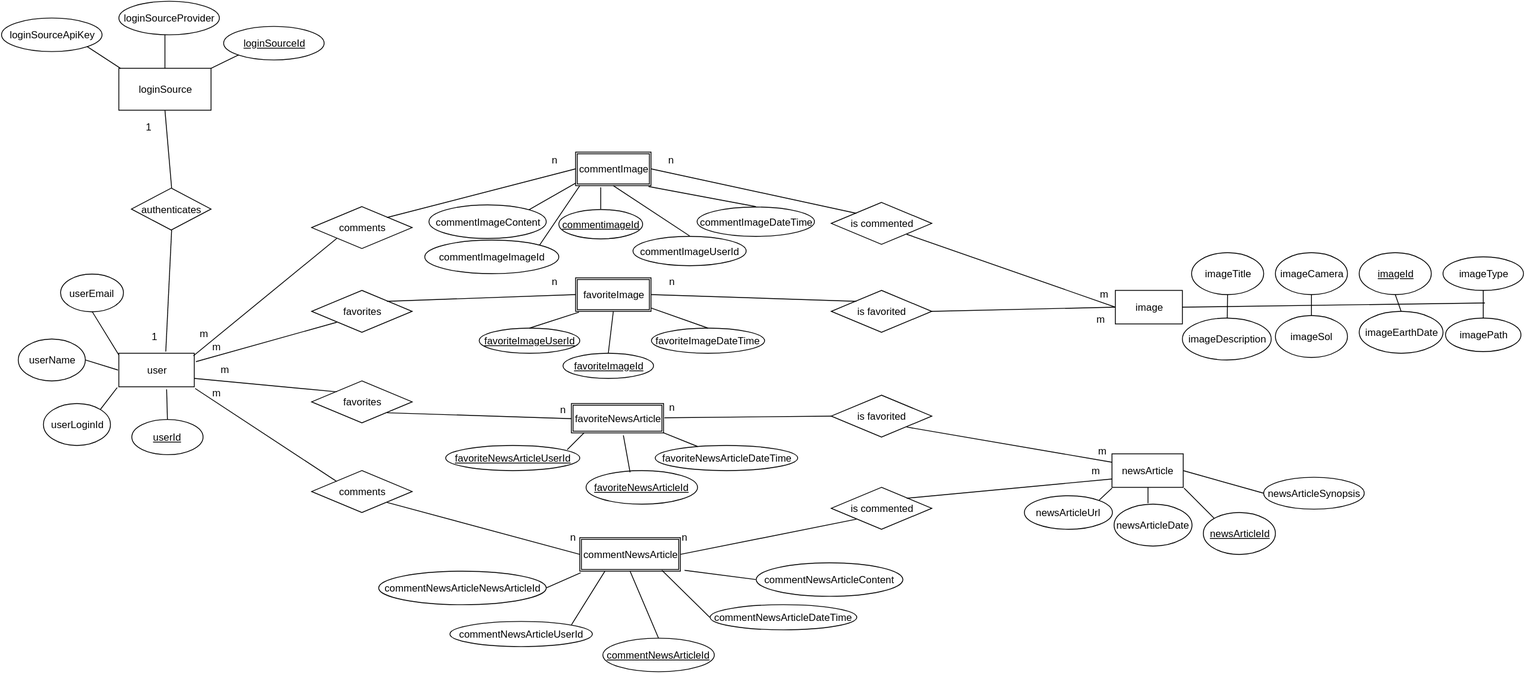
This is epic/media/entity-relationship-diagram.svg from jordanv215/team-curiosity, a draw.io export, as it was before one commit. Source tidied: cells renumbered, new cells last; positions are measured from the earlier drawing's top-left corner, leaving out a move shared by most shapes.
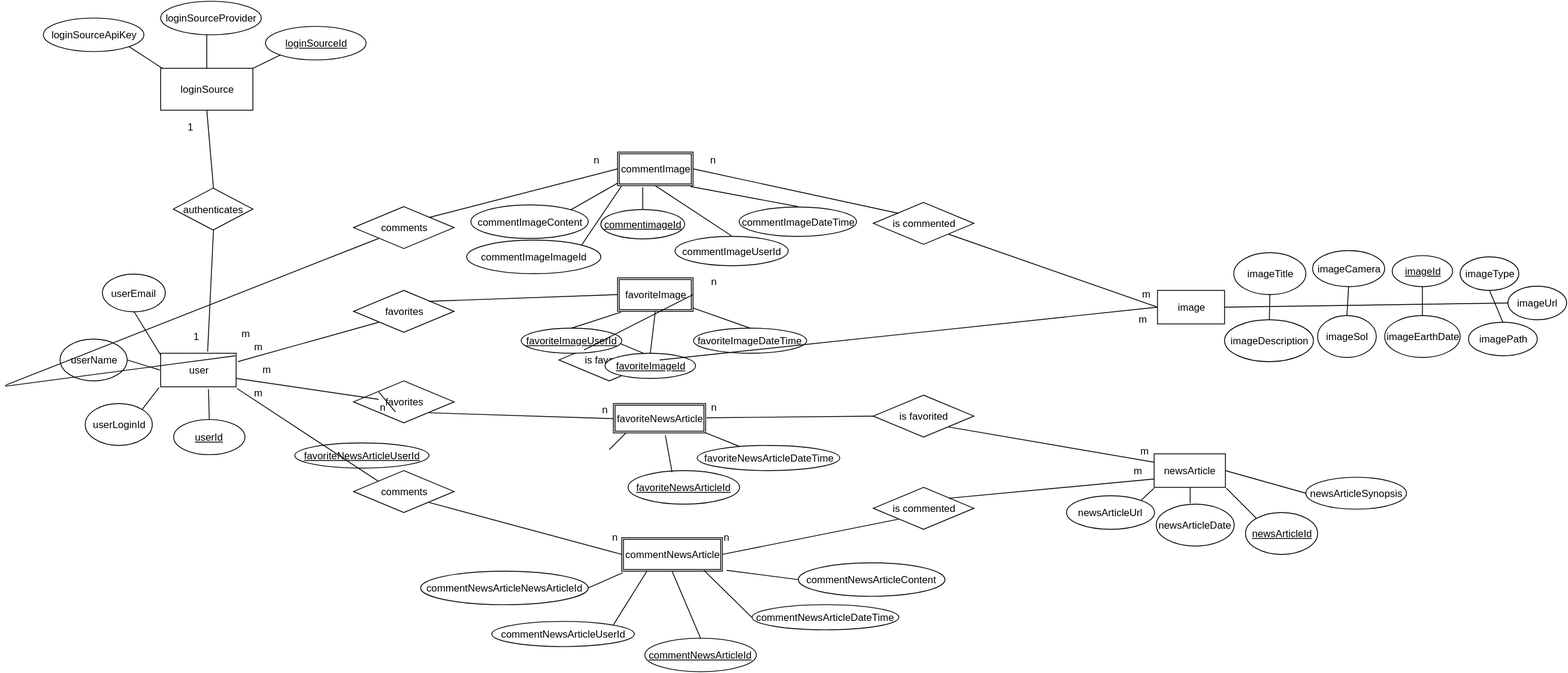
After the change.

Diff of the diagram source:
```diff
@@ -33,7 +33,7 @@
       <mxGeometry x="685" y="180" width="90" height="40" as="geometry" />
     </mxCell>
     <mxCell id="12" value="&lt;u&gt;imageId&lt;/u&gt;" style="ellipse;whiteSpace=wrap;html=1;" parent="1" vertex="1">
-      <mxGeometry x="1620" y="300" width="86" height="50" as="geometry" />
+      <mxGeometry x="1609" y="303" width="72" height="37" as="geometry" />
     </mxCell>
     <mxCell id="13" value="favoriteImage&lt;br&gt;" style="shape=ext;double=1;whiteSpace=wrap;html=1;" parent="1" vertex="1">
       <mxGeometry x="685" y="330" width="90" height="40" as="geometry" />
@@ -48,16 +48,16 @@
       <mxGeometry x="690" y="640" width="120" height="40" as="geometry" />
     </mxCell>
     <mxCell id="17" value="imageDescription" style="ellipse;whiteSpace=wrap;html=1;" parent="1" vertex="1">
-      <mxGeometry x="1409" y="378" width="106" height="50" as="geometry" />
+      <mxGeometry x="1409" y="380" width="106" height="50" as="geometry" />
     </mxCell>
     <mxCell id="18" value="imageCamera" style="ellipse;whiteSpace=wrap;html=1;" parent="1" vertex="1">
-      <mxGeometry x="1520" y="300" width="86" height="50" as="geometry" />
+      <mxGeometry x="1514" y="297" width="86" height="43" as="geometry" />
     </mxCell>
     <mxCell id="19" value="imageEarthDate" style="ellipse;whiteSpace=wrap;html=1;" parent="1" vertex="1">
-      <mxGeometry x="1620" y="370" width="100" height="50" as="geometry" />
+      <mxGeometry x="1600" y="375" width="90" height="50" as="geometry" />
     </mxCell>
     <mxCell id="20" value="imageSol" style="ellipse;whiteSpace=wrap;html=1;" parent="1" vertex="1">
-      <mxGeometry x="1520" y="375" width="86" height="50" as="geometry" />
+      <mxGeometry x="1520" y="375" width="70" height="50" as="geometry" />
     </mxCell>
     <mxCell id="21" value="is commented" style="rhombus;whiteSpace=wrap;html=1;" parent="1" vertex="1">
       <mxGeometry x="990" y="580" width="120" height="50" as="geometry" />
@@ -69,7 +69,7 @@
       <mxGeometry x="1220" y="590" width="105" height="40" as="geometry" />
     </mxCell>
     <mxCell id="24" value="is favorited" style="rhombus;whiteSpace=wrap;html=1;" parent="1" vertex="1">
-      <mxGeometry x="990" y="345" width="120" height="50" as="geometry" />
+      <mxGeometry x="615" y="403" width="120" height="50" as="geometry" />
     </mxCell>
     <mxCell id="25" value="newsArticleDate" style="ellipse;whiteSpace=wrap;html=1;" parent="1" vertex="1">
       <mxGeometry x="1327" y="600" width="93" height="50" as="geometry" />
@@ -102,7 +102,7 @@
       <mxGeometry x="570" y="390" width="120" height="30" as="geometry" />
     </mxCell>
     <mxCell id="35" value="&lt;u&gt;favoriteNewsArticleUserId&lt;/u&gt;" style="ellipse;whiteSpace=wrap;html=1;" parent="1" vertex="1">
-      <mxGeometry x="530" y="530" width="160" height="30" as="geometry" />
+      <mxGeometry x="300" y="527" width="160" height="30" as="geometry" />
     </mxCell>
     <mxCell id="36" style="endArrow=none;html=1;exitX=0.5;exitY=0;" parent="1" edge="1" source="30">
       <mxGeometry relative="1" as="geometry">
@@ -130,7 +130,11 @@
       <mxGeometry relative="1" as="geometry" />
     </mxCell>
     <mxCell id="43" style="endArrow=none;html=1;entryX=0;entryY=1;exitX=0.989;exitY=0.075;exitPerimeter=0;" parent="1" edge="1" source="4" target="5">
-      <mxGeometry relative="1" as="geometry" />
+      <mxGeometry relative="1" as="geometry">
+        <Array as="points">
+          <mxPoint x="-50" y="460" />
+        </Array>
+      </mxGeometry>
     </mxCell>
     <mxCell id="44" style="endArrow=none;html=1;entryX=0;entryY=1;" parent="1" edge="1" target="27">
       <mxGeometry relative="1" as="geometry">
@@ -143,7 +147,7 @@
     <mxCell id="46" value="&lt;u&gt;commentNewsArticleId&lt;/u&gt;" style="ellipse;whiteSpace=wrap;html=1;" parent="1" vertex="1">
       <mxGeometry x="717" y="760" width="133" height="40" as="geometry" />
     </mxCell>
-    <mxCell id="47" style="endArrow=none;html=1;entryX=0;entryY=0;exitX=1;exitY=0.75;" parent="1" edge="1" source="4" target="6">
+    <mxCell id="47" style="endArrow=none;html=1;entryX=0;entryY=0;exitX=1;exitY=0.75;" parent="1" edge="1" source="79" target="6">
       <mxGeometry relative="1" as="geometry" />
     </mxCell>
     <mxCell id="48" style="endArrow=none;html=1;entryX=0;entryY=0;exitX=1.011;exitY=1.05;exitPerimeter=0;" parent="1" edge="1" source="4" target="26">
@@ -219,7 +223,7 @@
     </mxCell>
     <mxCell id="70" style="endArrow=none;html=1;exitX=1;exitY=0.5;" parent="1" edge="1" source="3">
       <mxGeometry relative="1" as="geometry">
-        <mxPoint x="1770" y="360" as="targetPoint" />
+        <mxPoint x="1750" y="360" as="targetPoint" />
       </mxGeometry>
     </mxCell>
     <mxCell id="71" style="endArrow=none;html=1;entryX=0;entryY=1.025;entryPerimeter=0;exitX=1;exitY=0;" parent="1" edge="1" source="23" target="2">
@@ -248,9 +252,6 @@
     <mxCell id="78" value="n" style="text;html=1;align=left;verticalAlign=top;spacingTop=-4;" parent="1" vertex="1">
       <mxGeometry x="655" y="180" width="20" height="20" as="geometry" />
     </mxCell>
-    <mxCell id="79" value="n" style="text;html=1;points=[];align=left;verticalAlign=top;spacingTop=-4;" parent="1" vertex="1">
-      <mxGeometry x="655" y="325" width="20" height="20" as="geometry" />
-    </mxCell>
     <mxCell id="80" value="n" style="text;html=1;align=left;verticalAlign=top;spacingTop=-4;" parent="1" vertex="1">
       <mxGeometry x="795" y="325" width="20" height="20" as="geometry" />
     </mxCell>
@@ -375,13 +376,22 @@
       <mxGeometry relative="1" as="geometry" />
     </mxCell>
     <mxCell id="119" value="imageType" style="ellipse;whiteSpace=wrap;html=1;" parent="1" vertex="1">
-      <mxGeometry x="1720" y="305" width="96" height="40" as="geometry" />
+      <mxGeometry x="1690" y="305" width="70" height="40" as="geometry" />
     </mxCell>
     <mxCell id="120" value="imagePath" style="ellipse;whiteSpace=wrap;html=1;" parent="1" vertex="1">
-      <mxGeometry x="1723" y="378" width="90" height="40" as="geometry" />
+      <mxGeometry x="1700" y="383" width="82" height="40" as="geometry" />
     </mxCell>
     <mxCell id="121" style="endArrow=none;html=1;exitX=0.5;exitY=0;entryX=0.5;entryY=1;" parent="1" edge="1" source="120" target="119">
       <mxGeometry relative="1" as="geometry" />
     </mxCell>
+    <mxCell id="79" value="n" style="text;html=1;points=[];align=left;verticalAlign=top;spacingTop=-4;" parent="1" vertex="1">
+      <mxGeometry x="400" y="475" width="20" height="20" as="geometry" />
+    </mxCell>
+    <mxCell id="122" style="endArrow=none;html=1;entryX=0;entryY=0;exitX=1;exitY=0.75;" parent="1" edge="1" source="4" target="79">
+      <mxGeometry relative="1" as="geometry" />
+    </mxCell>
+    <mxCell id="123" value="imageUrl" style="ellipse;whiteSpace=wrap;html=1;" parent="1" vertex="1">
+      <mxGeometry x="1747" y="340" width="70" height="40" as="geometry" />
+    </mxCell>
   </root>
 </mxGraphModel>
```
